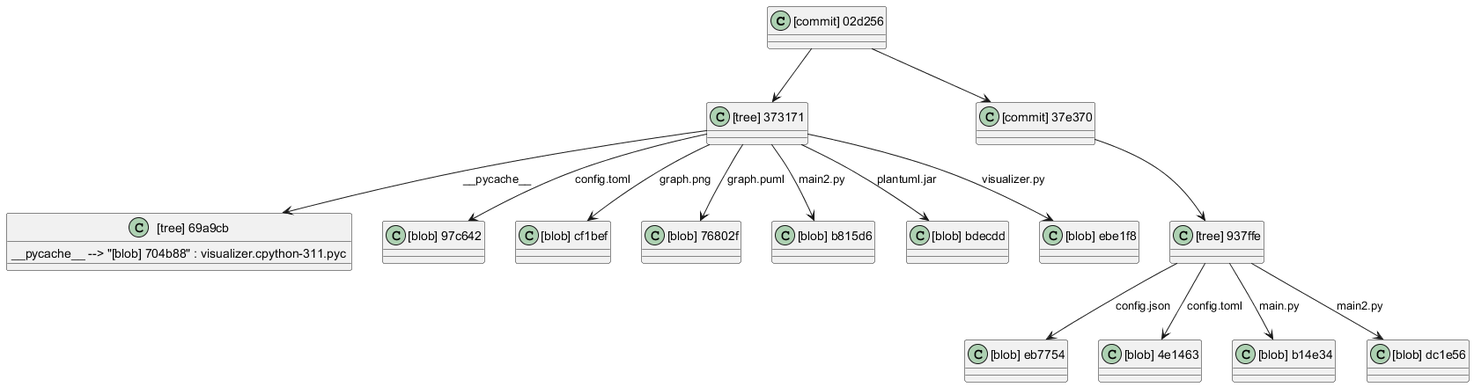
Above: graph.png in whiteicesky/git-commit-parser (PlantUML), before the change.
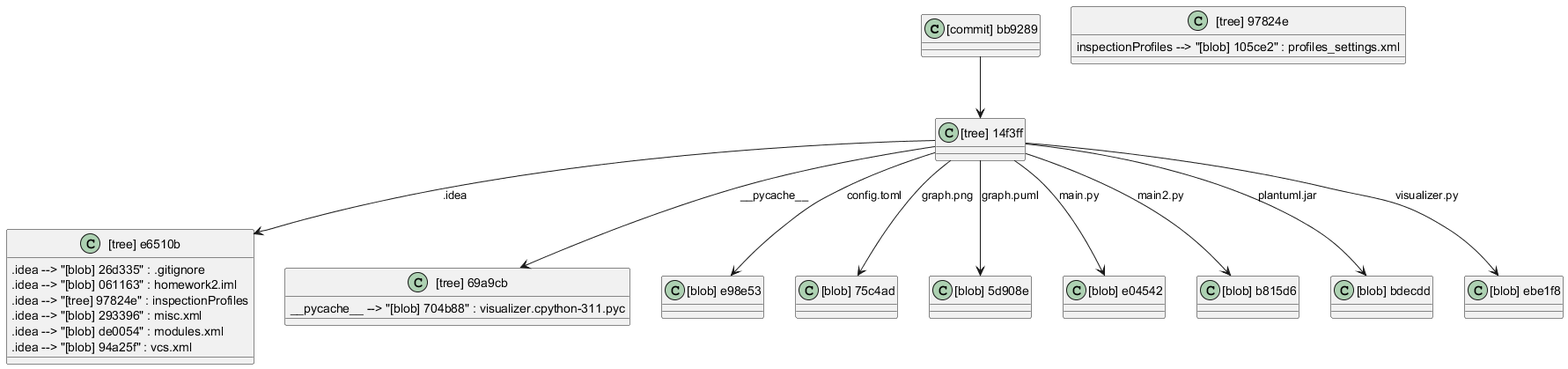
Above is the later version.

Diff of the diagram source:
```diff
@@ -1,17 +1,20 @@
 @startuml
-    "[commit] 02d256" --> "[tree] 373171"
-    "[tree] 373171" --> "[tree] 69a9cb" : __pycache__
+    "[commit] bb9289" --> "[tree] 14f3ff"
+    "[tree] 14f3ff" --> "[tree] e6510b" : .idea
+    "[tree] e6510b" : .idea --> "[blob] 26d335" : .gitignore
+    "[tree] e6510b" : .idea --> "[blob] 061163" : homework2.iml
+    "[tree] e6510b" : .idea --> "[tree] 97824e" : inspectionProfiles
+    "[tree] 97824e" : inspectionProfiles --> "[blob] 105ce2" : profiles_settings.xml
+    "[tree] e6510b" : .idea --> "[blob] 293396" : misc.xml
+    "[tree] e6510b" : .idea --> "[blob] de0054" : modules.xml
+    "[tree] e6510b" : .idea --> "[blob] 94a25f" : vcs.xml
+    "[tree] 14f3ff" --> "[tree] 69a9cb" : __pycache__
     "[tree] 69a9cb" : __pycache__ --> "[blob] 704b88" : visualizer.cpython-311.pyc
-    "[tree] 373171" --> "[blob] 97c642" : config.toml
-    "[tree] 373171" --> "[blob] cf1bef" : graph.png
-    "[tree] 373171" --> "[blob] 76802f" : graph.puml
-    "[tree] 373171" --> "[blob] b815d6" : main2.py
-    "[tree] 373171" --> "[blob] bdecdd" : plantuml.jar
-    "[tree] 373171" --> "[blob] ebe1f8" : visualizer.py
-    "[commit] 02d256" --> "[commit] 37e370"
-    "[commit] 37e370" --> "[tree] 937ffe"
-    "[tree] 937ffe" --> "[blob] eb7754" : config.json
-    "[tree] 937ffe" --> "[blob] 4e1463" : config.toml
-    "[tree] 937ffe" --> "[blob] b14e34" : main.py
-    "[tree] 937ffe" --> "[blob] dc1e56" : main2.py
+    "[tree] 14f3ff" --> "[blob] e98e53" : config.toml
+    "[tree] 14f3ff" --> "[blob] 75c4ad" : graph.png
+    "[tree] 14f3ff" --> "[blob] 5d908e" : graph.puml
+    "[tree] 14f3ff" --> "[blob] e04542" : main.py
+    "[tree] 14f3ff" --> "[blob] b815d6" : main2.py
+    "[tree] 14f3ff" --> "[blob] bdecdd" : plantuml.jar
+    "[tree] 14f3ff" --> "[blob] ebe1f8" : visualizer.py
 @enduml
```
